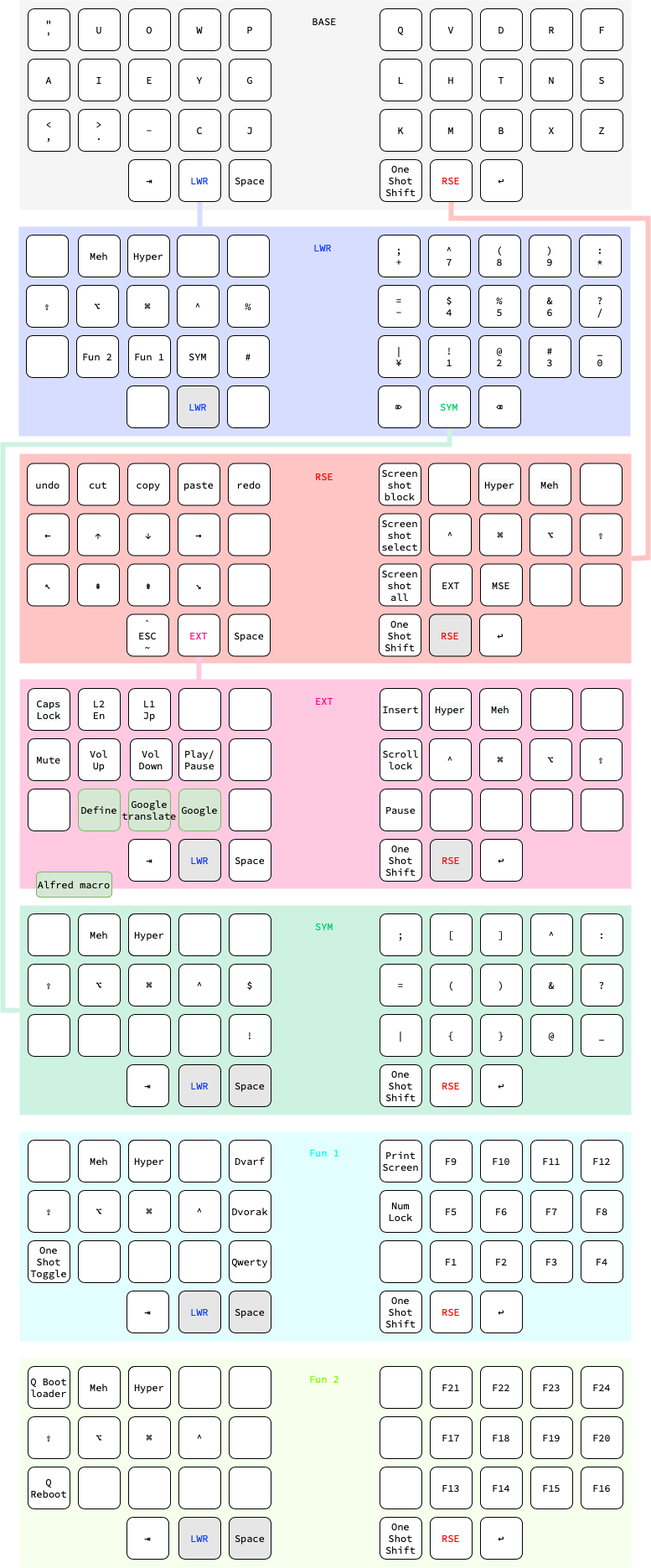
The draw.io diagram Gilgamesh-layers.drawio.png in gilgameshone/gilgamesh-layout, before a commit. Source tidied: cells renumbered, new cells last; positions are measured from the earlier drawing's top-left corner, leaving out a move shared by most shapes.
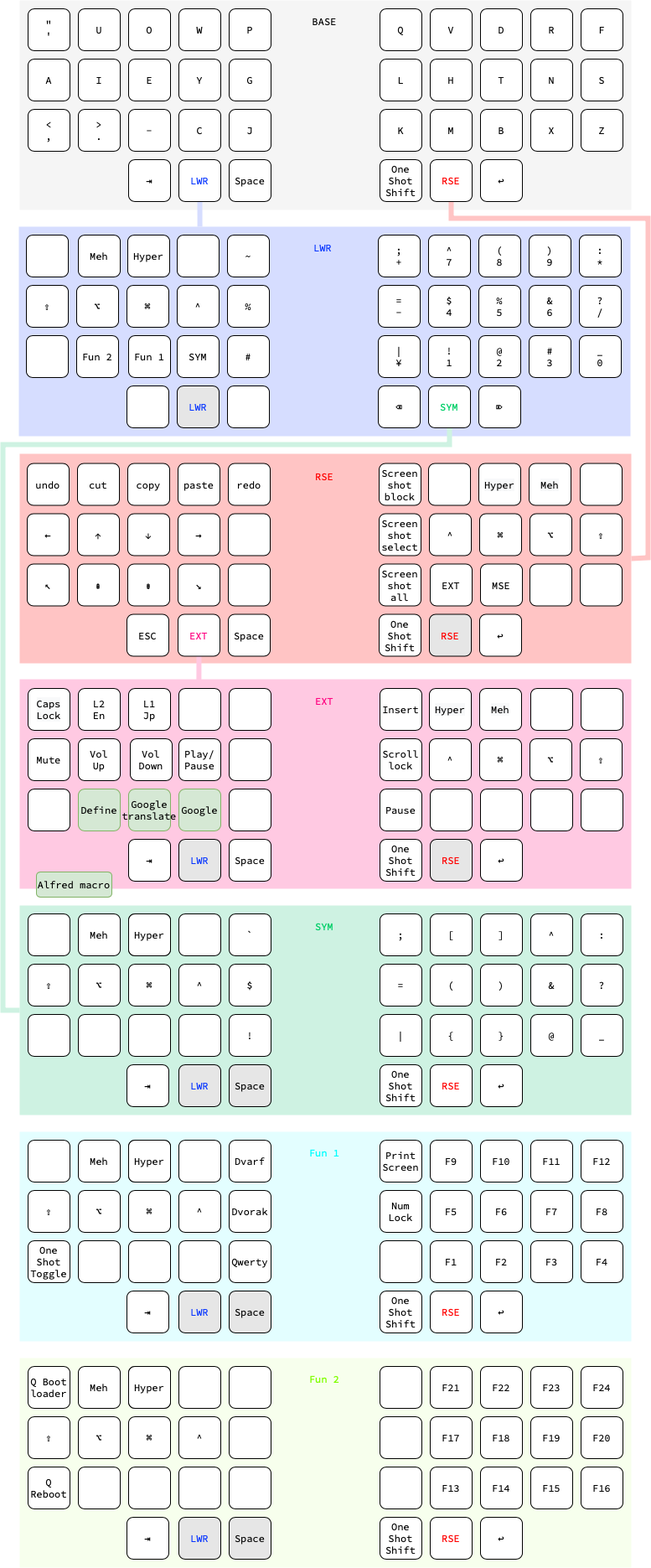
The same file after the commit.

What changed in the source:
```diff
@@ -122,7 +122,7 @@
     <mxCell id="41" style="rounded=1;whiteSpace=wrap;html=1;fontFamily=Source Code Pro;fontSource=https%3A%2F%2Ffonts.googleapis.com%2Fcss%3Ffamily%3DSource%2BCode%2BPro;" parent="1" vertex="1">
       <mxGeometry x="208" y="280" width="50" height="50" as="geometry" />
     </mxCell>
-    <mxCell id="42" style="rounded=1;whiteSpace=wrap;html=1;fontFamily=Source Code Pro;fontSource=https%3A%2F%2Ffonts.googleapis.com%2Fcss%3Ffamily%3DSource%2BCode%2BPro;" parent="1" vertex="1">
+    <mxCell id="42" value="~" style="rounded=1;whiteSpace=wrap;html=1;fontFamily=Source Code Pro;fontSource=https%3A%2F%2Ffonts.googleapis.com%2Fcss%3Ffamily%3DSource%2BCode%2BPro;" parent="1" vertex="1">
       <mxGeometry x="268" y="280" width="50" height="50" as="geometry" />
     </mxCell>
     <mxCell id="43" value="⇧" style="rounded=1;whiteSpace=wrap;html=1;fontFamily=Source Code Pro;fontSource=https%3A%2F%2Ffonts.googleapis.com%2Fcss%3Ffamily%3DSource%2BCode%2BPro;" parent="1" vertex="1">
@@ -197,7 +197,7 @@
     <mxCell id="66" value="_&lt;br&gt;0" style="rounded=1;whiteSpace=wrap;html=1;fontFamily=Source Code Pro;fontSource=https%3A%2F%2Ffonts.googleapis.com%2Fcss%3Ffamily%3DSource%2BCode%2BPro;" parent="1" vertex="1">
       <mxGeometry x="688" y="400" width="50" height="50" as="geometry" />
     </mxCell>
-    <mxCell id="67" value="⌦" style="rounded=1;whiteSpace=wrap;html=1;fontFamily=Source Code Pro;fontSource=https%3A%2F%2Ffonts.googleapis.com%2Fcss%3Ffamily%3DSource%2BCode%2BPro;" parent="1" vertex="1">
+    <mxCell id="67" value="⌫" style="rounded=1;whiteSpace=wrap;html=1;fontFamily=Source Code Pro;fontSource=https%3A%2F%2Ffonts.googleapis.com%2Fcss%3Ffamily%3DSource%2BCode%2BPro;" parent="1" vertex="1">
       <mxGeometry x="448" y="460" width="50" height="50" as="geometry" />
     </mxCell>
     <mxCell id="68" value="LWR" style="text;html=1;strokeColor=none;fillColor=none;align=center;verticalAlign=middle;whiteSpace=wrap;rounded=0;fontColor=#0433FF;fontFamily=Source Code Pro;fontSource=https%3A%2F%2Ffonts.googleapis.com%2Fcss%3Ffamily%3DSource%2BCode%2BPro;" parent="1" vertex="1">
@@ -377,7 +377,7 @@
     <mxCell id="126" value="Meh" style="rounded=1;whiteSpace=wrap;html=1;fontFamily=Source Code Pro;fontSource=https%3A%2F%2Ffonts.googleapis.com%2Fcss%3Ffamily%3DSource%2BCode%2BPro;" parent="1" vertex="1">
       <mxGeometry x="150" y="1090" width="50" height="50" as="geometry" />
     </mxCell>
-    <mxCell id="127" style="rounded=1;whiteSpace=wrap;html=1;fontFamily=Source Code Pro;fontSource=https%3A%2F%2Ffonts.googleapis.com%2Fcss%3Ffamily%3DSource%2BCode%2BPro;" parent="1" vertex="1">
+    <mxCell id="127" value="`" style="rounded=1;whiteSpace=wrap;html=1;fontFamily=Source Code Pro;fontSource=https%3A%2F%2Ffonts.googleapis.com%2Fcss%3Ffamily%3DSource%2BCode%2BPro;" parent="1" vertex="1">
       <mxGeometry x="270" y="1090" width="50" height="50" as="geometry" />
     </mxCell>
     <mxCell id="128" value="⇧" style="rounded=1;whiteSpace=wrap;html=1;fontFamily=Source Code Pro;fontSource=https%3A%2F%2Ffonts.googleapis.com%2Fcss%3Ffamily%3DSource%2BCode%2BPro;" parent="1" vertex="1">
@@ -514,7 +514,7 @@
     <mxCell id="167" value="&lt;span style=&quot;text-align: start; caret-color: rgb(0, 0, 0); color: rgb(0, 0, 0);&quot;&gt;&lt;font style=&quot;font-size: 12px;&quot;&gt;↩&lt;/font&gt;&lt;/span&gt;" style="rounded=1;whiteSpace=wrap;html=1;fontColor=#CC0000;fontFamily=Source Code Pro;fontSource=https%3A%2F%2Ffonts.googleapis.com%2Fcss%3Ffamily%3DSource%2BCode%2BPro;" parent="1" vertex="1">
       <mxGeometry x="570" y="190" width="50" height="50" as="geometry" />
     </mxCell>
-    <mxCell id="168" value="&lt;span style=&quot;text-align: start; caret-color: rgb(0, 0, 0); color: rgb(0, 0, 0);&quot;&gt;&lt;font style=&quot;font-size: 12px;&quot;&gt;⌫&lt;/font&gt;&lt;/span&gt;" style="rounded=1;whiteSpace=wrap;html=1;fontColor=#CC0000;fontFamily=Source Code Pro;fontSource=https%3A%2F%2Ffonts.googleapis.com%2Fcss%3Ffamily%3DSource%2BCode%2BPro;" parent="1" vertex="1">
+    <mxCell id="168" value="&lt;font color=&quot;#000000&quot;&gt;⌦&lt;/font&gt;" style="rounded=1;whiteSpace=wrap;html=1;fontColor=#CC0000;fontFamily=Source Code Pro;fontSource=https%3A%2F%2Ffonts.googleapis.com%2Fcss%3Ffamily%3DSource%2BCode%2BPro;" parent="1" vertex="1">
       <mxGeometry x="568" y="460" width="50" height="50" as="geometry" />
     </mxCell>
     <mxCell id="169" value="&lt;span style=&quot;text-align: start; caret-color: rgb(0, 0, 0); color: rgb(0, 0, 0);&quot;&gt;&lt;font style=&quot;font-size: 12px;&quot;&gt;↩&lt;/font&gt;&lt;/span&gt;" style="rounded=1;whiteSpace=wrap;html=1;fontColor=#CC0000;fontFamily=Source Code Pro;fontSource=https%3A%2F%2Ffonts.googleapis.com%2Fcss%3Ffamily%3DSource%2BCode%2BPro;" parent="1" vertex="1">
@@ -529,7 +529,7 @@
     <mxCell id="172" style="rounded=1;whiteSpace=wrap;html=1;fontColor=#0000CC;fontFamily=Source Code Pro;fontSource=https%3A%2F%2Ffonts.googleapis.com%2Fcss%3Ffamily%3DSource%2BCode%2BPro;" parent="1" vertex="1">
       <mxGeometry x="148" y="460" width="50" height="50" as="geometry" />
     </mxCell>
-    <mxCell id="173" value="&lt;font color=&quot;#000000&quot;&gt;`&lt;br&gt;ESC&lt;br&gt;~&lt;/font&gt;" style="rounded=1;whiteSpace=wrap;html=1;fontColor=#0000CC;fontFamily=Source Code Pro;fontSource=https%3A%2F%2Ffonts.googleapis.com%2Fcss%3Ffamily%3DSource%2BCode%2BPro;" parent="1" vertex="1">
+    <mxCell id="173" value="&lt;font color=&quot;#000000&quot;&gt;&lt;br&gt;ESC&lt;br&gt;&lt;br&gt;&lt;/font&gt;" style="rounded=1;whiteSpace=wrap;html=1;fontColor=#0000CC;fontFamily=Source Code Pro;fontSource=https%3A%2F%2Ffonts.googleapis.com%2Fcss%3Ffamily%3DSource%2BCode%2BPro;" parent="1" vertex="1">
       <mxGeometry x="148" y="732.5" width="50" height="50" as="geometry" />
     </mxCell>
     <mxCell id="174" value="&lt;span style=&quot;text-align: start; caret-color: rgb(0, 0, 0); color: rgb(0, 0, 0);&quot;&gt;&lt;font style=&quot;font-size: 12px;&quot;&gt;⇥&lt;/font&gt;&lt;/span&gt;" style="rounded=1;whiteSpace=wrap;html=1;fontColor=#0000CC;fontFamily=Source Code Pro;fontSource=https%3A%2F%2Ffonts.googleapis.com%2Fcss%3Ffamily%3DSource%2BCode%2BPro;" parent="1" vertex="1">
```
